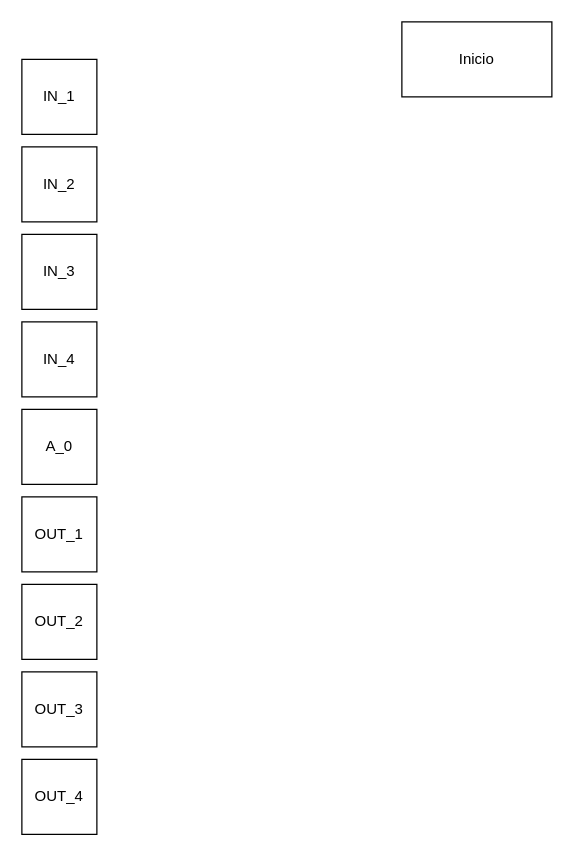
Before: 20230605_ESP32_TrabFinal/Diagrama sem nome.drawio in klauck-daniel/interfaceamentoDrivesUNISINOS, a draw.io diagram. Source tidied: cells renumbered, new cells numbered last; positions are measured from the earlier drawing's top-left corner, leaving out a move shared by most shapes. Both pictures are drawn from the tidied source at 125%, with x=0, y=0 at pixel (21, 21).
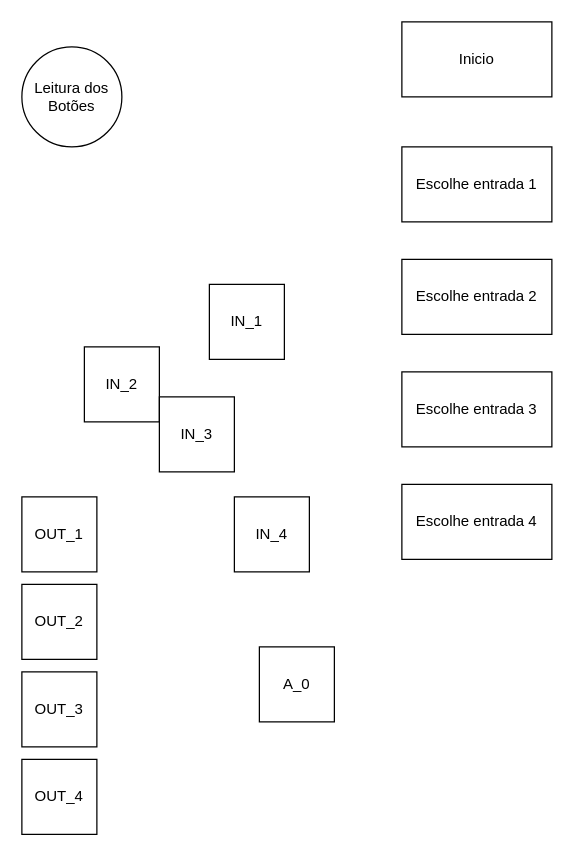
The same diagram, later.

Diff of the diagram source:
```diff
@@
 <mxGraphModel>
   <root>
     <mxCell id="0" />
     <mxCell id="1" parent="0" />
     <mxCell id="2" value="IN_1" style="rounded=0;whiteSpace=wrap;html=1;" parent="1" vertex="1">
-      <mxGeometry y="30" width="60" height="60" as="geometry" />
+      <mxGeometry x="150" y="210" width="60" height="60" as="geometry" />
     </mxCell>
     <mxCell id="3" value="IN_2" style="rounded=0;whiteSpace=wrap;html=1;" parent="1" vertex="1">
-      <mxGeometry y="100" width="60" height="60" as="geometry" />
+      <mxGeometry x="50" y="260" width="60" height="60" as="geometry" />
     </mxCell>
     <mxCell id="4" value="IN_3" style="rounded=0;whiteSpace=wrap;html=1;" parent="1" vertex="1">
-      <mxGeometry y="170" width="60" height="60" as="geometry" />
+      <mxGeometry x="110" y="300" width="60" height="60" as="geometry" />
     </mxCell>
     <mxCell id="5" value="IN_4" style="rounded=0;whiteSpace=wrap;html=1;" parent="1" vertex="1">
-      <mxGeometry y="240" width="60" height="60" as="geometry" />
+      <mxGeometry x="170" y="380" width="60" height="60" as="geometry" />
     </mxCell>
     <mxCell id="6" value="A_0" style="rounded=0;whiteSpace=wrap;html=1;" parent="1" vertex="1">
-      <mxGeometry y="310" width="60" height="60" as="geometry" />
+      <mxGeometry x="190" y="500" width="60" height="60" as="geometry" />
     </mxCell>
     <mxCell id="7" value="OUT_1" style="rounded=0;whiteSpace=wrap;html=1;" parent="1" vertex="1">
       <mxGeometry y="380" width="60" height="60" as="geometry" />
     </mxCell>
     <mxCell id="8" value="OUT_2" style="rounded=0;whiteSpace=wrap;html=1;" parent="1" vertex="1">
       <mxGeometry y="450" width="60" height="60" as="geometry" />
     </mxCell>
     <mxCell id="9" value="OUT_3" style="rounded=0;whiteSpace=wrap;html=1;" parent="1" vertex="1">
       <mxGeometry y="520" width="60" height="60" as="geometry" />
     </mxCell>
     <mxCell id="10" value="OUT_4" style="rounded=0;whiteSpace=wrap;html=1;" parent="1" vertex="1">
       <mxGeometry y="590" width="60" height="60" as="geometry" />
     </mxCell>
     <mxCell id="11" value="Inicio" style="rounded=0;whiteSpace=wrap;html=1;" parent="1" vertex="1">
       <mxGeometry x="304" width="120" height="60" as="geometry" />
     </mxCell>
+    <mxCell id="12" value="Escolhe entrada 1" style="rounded=0;whiteSpace=wrap;html=1;" parent="1" vertex="1">
+      <mxGeometry x="304" y="100" width="120" height="60" as="geometry" />
+    </mxCell>
+    <mxCell id="13" value="Escolhe entrada 2" style="rounded=0;whiteSpace=wrap;html=1;" parent="1" vertex="1">
+      <mxGeometry x="304" y="190" width="120" height="60" as="geometry" />
+    </mxCell>
+    <mxCell id="14" value="Escolhe entrada 3" style="rounded=0;whiteSpace=wrap;html=1;" parent="1" vertex="1">
+      <mxGeometry x="304" y="280" width="120" height="60" as="geometry" />
+    </mxCell>
+    <mxCell id="15" value="Escolhe entrada 4" style="rounded=0;whiteSpace=wrap;html=1;" parent="1" vertex="1">
+      <mxGeometry x="304" y="370" width="120" height="60" as="geometry" />
+    </mxCell>
+    <mxCell id="16" value="Leitura dos Botões" style="ellipse;whiteSpace=wrap;html=1;" parent="1" vertex="1">
+      <mxGeometry y="20" width="80" height="80" as="geometry" />
+    </mxCell>
   </root>
 </mxGraphModel>
```
